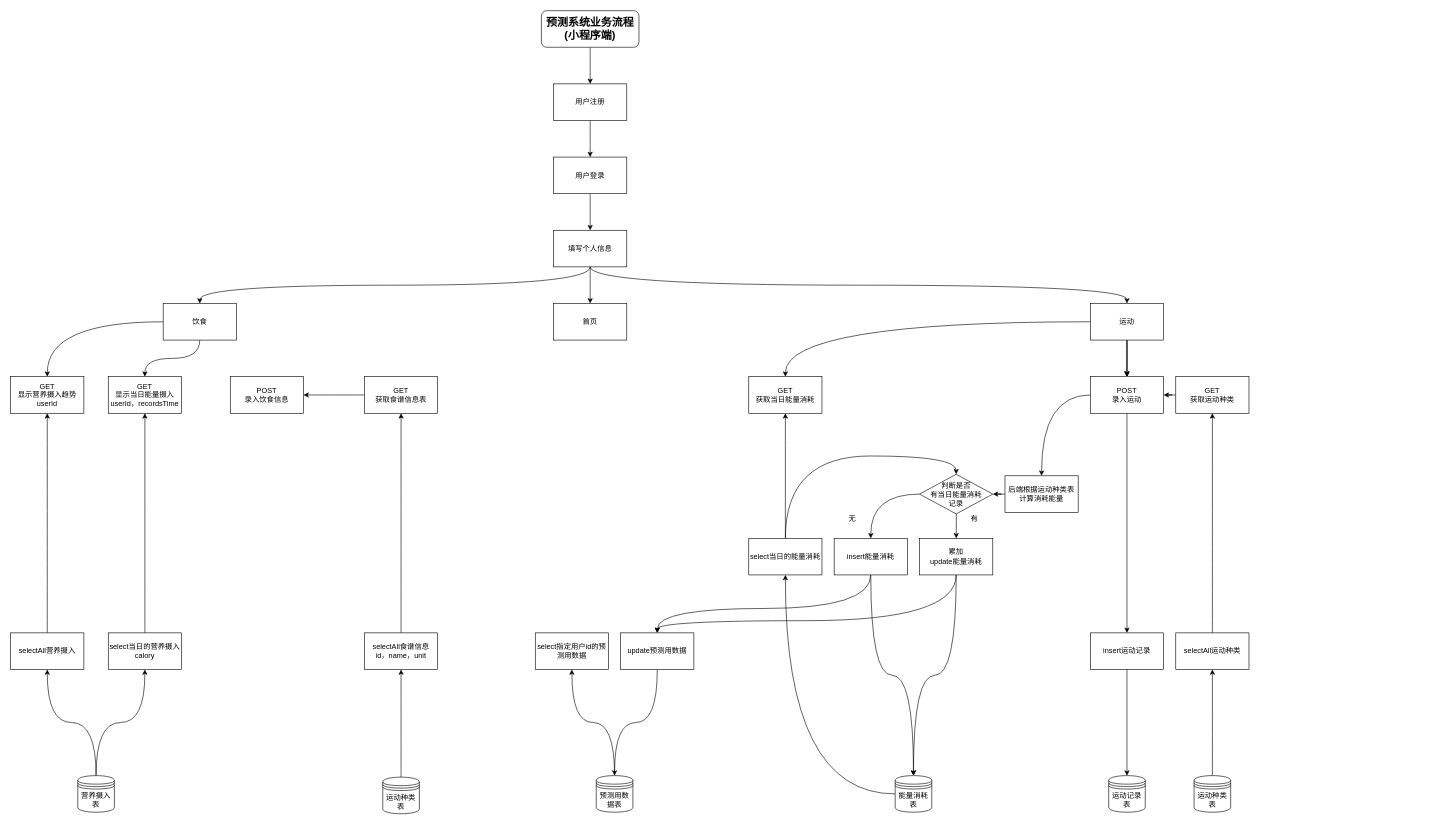
Above: 未命名绘图.drawio in 18501426092/18501426092 (draw.io), before the change. Source tidied: cells renumbered, new cells numbered last; positions are measured from the earlier drawing's top-left corner, leaving out a move shared by most shapes. Both pictures are drawn from the tidied source at 61%, with x=0, y=0 at pixel (10, 10).
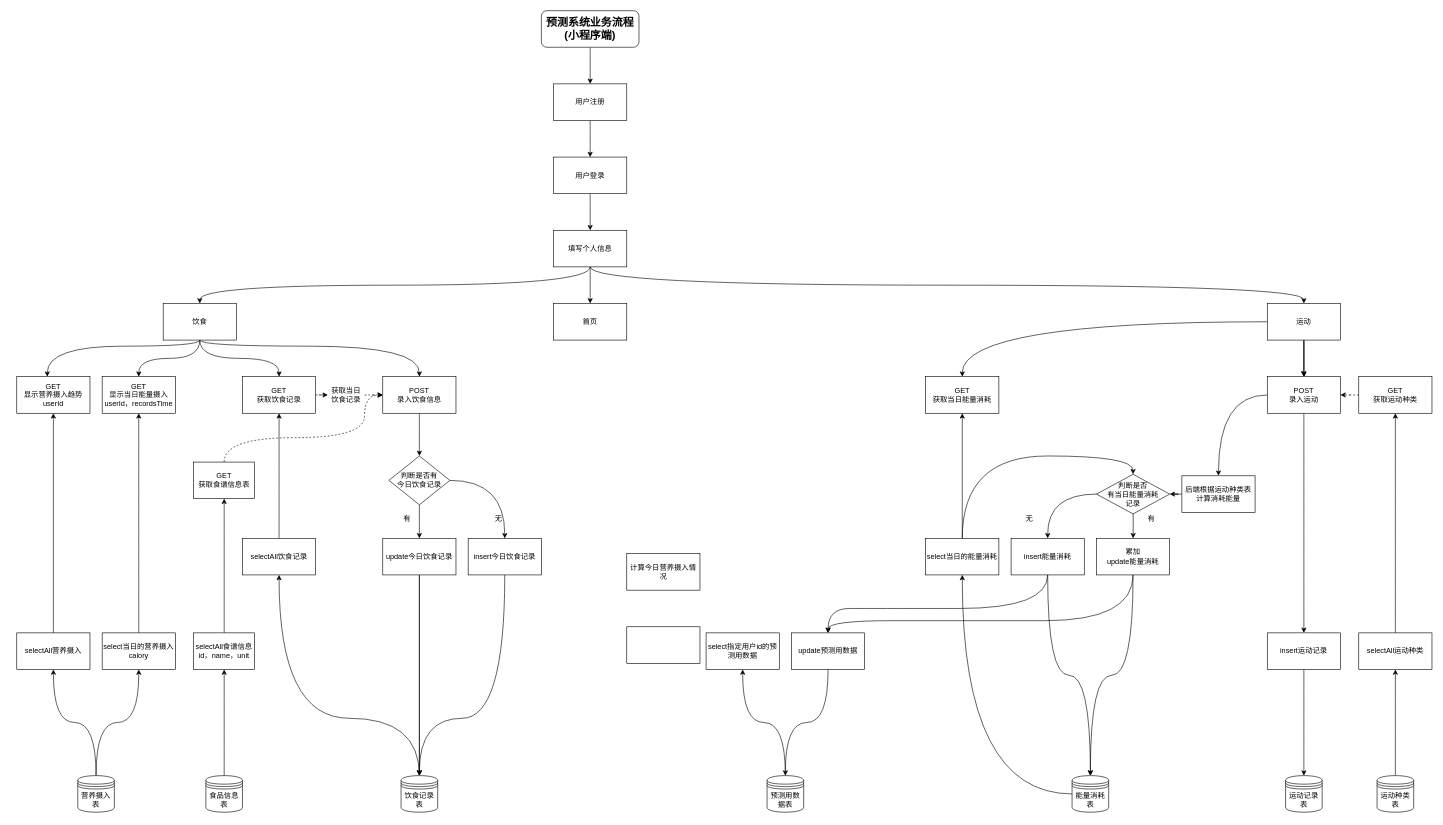
The same page after the edit.

Commit message (it also covers changes not shown here):
更新未命名绘图.drawio

The change refers to these unchanged cells:
```xml
<mxCell id="13" value="饮食" style="rounded=0;whiteSpace=wrap;html=1;" parent="1" vertex="1">
  <mxGeometry x="250" y="480" width="120" height="60" as="geometry" />
</mxCell>
```

Diff of the diagram source:
```diff
@@
     <mxCell id="11" style="edgeStyle=orthogonalEdgeStyle;rounded=0;jettySize=auto;html=1;curved=1;" parent="1" edge="1" source="13" target="21">
-      <mxGeometry relative="1" as="geometry" />
+      <mxGeometry relative="1" as="geometry">
+        <Array as="points">
+          <mxPoint x="310" y="550" />
+          <mxPoint x="60" y="550" />
+        </Array>
+      </mxGeometry>
     </mxCell>
@@
+    <mxCell id="73" style="edgeStyle=orthogonalEdgeStyle;rounded=0;jettySize=auto;html=1;entryX=0.5;entryY=0;entryDx=0;entryDy=0;curved=1;" parent="1" edge="1" source="13" target="67">
+      <mxGeometry relative="1" as="geometry">
+        <Array as="points">
+          <mxPoint x="310" y="550" />
+          <mxPoint x="670" y="550" />
+        </Array>
+      </mxGeometry>
+    </mxCell>
+    <mxCell id="74" style="edgeStyle=orthogonalEdgeStyle;rounded=0;jettySize=auto;html=1;entryX=0.5;entryY=0;entryDx=0;entryDy=0;curved=1;" parent="1" edge="1" source="13" target="91">
+      <mxGeometry relative="1" as="geometry">
+        <Array as="points">
+          <mxPoint x="310" y="570" />
+          <mxPoint x="440" y="570" />
+        </Array>
+      </mxGeometry>
+    </mxCell>
@@
     <mxCell id="20" value="运动" style="rounded=0;whiteSpace=wrap;html=1;" parent="1" vertex="1">
-      <mxGeometry x="1770" y="480" width="120" height="60" as="geometry" />
+      <mxGeometry x="2060" y="480" width="120" height="60" as="geometry" />
     </mxCell>
     <mxCell id="21" value="GET&lt;br&gt;显示营养摄入趋势&lt;br&gt;userId" style="rounded=0;whiteSpace=wrap;html=1;" parent="1" vertex="1">
-      <mxGeometry y="600" width="120" height="60" as="geometry" />
+      <mxGeometry x="10" y="600" width="120" height="60" as="geometry" />
     </mxCell>
@@
     <mxCell id="23" value="selectAll营养摄入" style="rounded=0;whiteSpace=wrap;html=1;" parent="1" vertex="1">
-      <mxGeometry y="1020" width="120" height="60" as="geometry" />
+      <mxGeometry x="10" y="1020" width="120" height="60" as="geometry" />
     </mxCell>
     <mxCell id="24" value="GET&lt;br&gt;显示当日能量摄入&lt;br&gt;userId，recordsTime" style="rounded=0;whiteSpace=wrap;html=1;" parent="1" vertex="1">
-      <mxGeometry x="160" y="600" width="120" height="60" as="geometry" />
+      <mxGeometry x="150" y="600" width="120" height="60" as="geometry" />
     </mxCell>
@@
     <mxCell id="26" value="select当日的营养摄入&lt;br&gt;calory" style="rounded=0;whiteSpace=wrap;html=1;" parent="1" vertex="1">
-      <mxGeometry x="160" y="1020" width="120" height="60" as="geometry" />
+      <mxGeometry x="150" y="1020" width="120" height="60" as="geometry" />
     </mxCell>
@@
     <mxCell id="32" value="POST&lt;br&gt;录入运动" style="rounded=0;whiteSpace=wrap;html=1;" parent="1" vertex="1">
-      <mxGeometry x="1770" y="600" width="120" height="60" as="geometry" />
+      <mxGeometry x="2060" y="600" width="120" height="60" as="geometry" />
     </mxCell>
-    <mxCell id="33" style="edgeStyle=orthogonalEdgeStyle;rounded=0;jettySize=auto;html=1;entryX=1;entryY=0.5;entryDx=0;entryDy=0;curved=1;" parent="1" edge="1" source="34" target="32">
+    <mxCell id="33" style="edgeStyle=orthogonalEdgeStyle;rounded=0;jettySize=auto;html=1;entryX=1;entryY=0.5;entryDx=0;entryDy=0;curved=1;dashed=1;" parent="1" edge="1" source="34" target="32">
       <mxGeometry relative="1" as="geometry" />
     </mxCell>
     <mxCell id="34" value="GET&lt;br&gt;获取运动种类" style="rounded=0;whiteSpace=wrap;html=1;" parent="1" vertex="1">
-      <mxGeometry x="1910" y="600" width="120" height="60" as="geometry" />
+      <mxGeometry x="2210" y="600" width="120" height="60" as="geometry" />
     </mxCell>
@@
     <mxCell id="36" value="selectAll运动种类" style="rounded=0;whiteSpace=wrap;html=1;" parent="1" vertex="1">
-      <mxGeometry x="1910" y="1020" width="120" height="60" as="geometry" />
+      <mxGeometry x="2210" y="1020" width="120" height="60" as="geometry" />
     </mxCell>
@@
     <mxCell id="38" value="运动种类表" style="shape=datastore;whiteSpace=wrap;html=1;" parent="1" vertex="1">
-      <mxGeometry x="1940" y="1254" width="60" height="60" as="geometry" />
+      <mxGeometry x="2240" y="1254" width="60" height="60" as="geometry" />
     </mxCell>
     <mxCell id="39" value="insert运动记录" style="rounded=0;whiteSpace=wrap;html=1;" parent="1" vertex="1">
-      <mxGeometry x="1770" y="1020" width="120" height="60" as="geometry" />
+      <mxGeometry x="2060" y="1020" width="120" height="60" as="geometry" />
     </mxCell>
@@
     <mxCell id="41" value="运动记录表" style="shape=datastore;whiteSpace=wrap;html=1;" parent="1" vertex="1">
-      <mxGeometry x="1800" y="1254" width="60" height="60" as="geometry" />
+      <mxGeometry x="2090" y="1254" width="60" height="60" as="geometry" />
     </mxCell>
@@
     <mxCell id="43" value="后端根据运动种类表计算消耗能量" style="rounded=0;whiteSpace=wrap;html=1;" parent="1" vertex="1">
-      <mxGeometry x="1630" y="762.5" width="120" height="60" as="geometry" />
+      <mxGeometry x="1920" y="762.5" width="120" height="60" as="geometry" />
     </mxCell>
     <mxCell id="44" style="edgeStyle=orthogonalEdgeStyle;rounded=0;jettySize=auto;html=1;curved=1;" parent="1" edge="1" target="54">
       <mxGeometry relative="1" as="geometry">
-        <mxPoint x="1550" y="810" as="sourcePoint" />
+        <mxPoint x="1840" y="810" as="sourcePoint" />
       </mxGeometry>
     </mxCell>
@@
     <mxCell id="46" value="判断是否&lt;br&gt;有当日能量消耗&lt;br&gt;记录" style="rhombus;whiteSpace=wrap;html=1;" parent="1" vertex="1">
-      <mxGeometry x="1490" y="760" width="120" height="65" as="geometry" />
+      <mxGeometry x="1780" y="760" width="120" height="65" as="geometry" />
     </mxCell>
@@
     <mxCell id="48" style="edgeStyle=orthogonalEdgeStyle;rounded=0;jettySize=auto;html=1;entryX=0.5;entryY=0;entryDx=0;entryDy=0;curved=1;" parent="1" edge="1" source="49" target="46">
       <mxGeometry relative="1" as="geometry">
         <Array as="points">
-          <mxPoint x="1270" y="730" />
-          <mxPoint x="1550" y="730" />
+          <mxPoint x="1560" y="730" />
+          <mxPoint x="1840" y="730" />
         </Array>
       </mxGeometry>
     </mxCell>
     <mxCell id="49" value="select当日的能量消耗" style="rounded=0;whiteSpace=wrap;html=1;" parent="1" vertex="1">
-      <mxGeometry x="1210" y="865" width="120" height="60" as="geometry" />
+      <mxGeometry x="1500" y="865" width="120" height="60" as="geometry" />
     </mxCell>
@@
     <mxCell id="51" value="能量消耗表" style="shape=datastore;whiteSpace=wrap;html=1;" parent="1" vertex="1">
-      <mxGeometry x="1450" y="1254" width="60" height="60" as="geometry" />
+      <mxGeometry x="1740" y="1254" width="60" height="60" as="geometry" />
     </mxCell>
@@
     <mxCell id="54" value="累加&lt;br&gt;update能量消耗" style="whiteSpace=wrap;html=1;" parent="1" vertex="1">
-      <mxGeometry x="1490" y="865" width="120" height="60" as="geometry" />
+      <mxGeometry x="1780" y="865" width="120" height="60" as="geometry" />
     </mxCell>
     <mxCell id="55" value="有" style="text;html=1;strokeColor=none;fillColor=none;align=center;verticalAlign=middle;whiteSpace=wrap;rounded=0;" parent="1" vertex="1">
-      <mxGeometry x="1550" y="817.5" width="60" height="30" as="geometry" />
+      <mxGeometry x="1840" y="817.5" width="60" height="30" as="geometry" />
     </mxCell>
@@
     <mxCell id="58" value="insert能量消耗" style="whiteSpace=wrap;html=1;" parent="1" vertex="1">
-      <mxGeometry x="1350" y="865" width="120" height="60" as="geometry" />
+      <mxGeometry x="1640" y="865" width="120" height="60" as="geometry" />
     </mxCell>
     <mxCell id="59" value="无" style="text;html=1;strokeColor=none;fillColor=none;align=center;verticalAlign=middle;whiteSpace=wrap;rounded=0;" parent="1" vertex="1">
-      <mxGeometry x="1350" y="817.5" width="60" height="30" as="geometry" />
+      <mxGeometry x="1640" y="817.5" width="60" height="30" as="geometry" />
     </mxCell>
     <mxCell id="60" value="GET&lt;br&gt;获取当日能量消耗" style="whiteSpace=wrap;html=1;rounded=0;" parent="1" vertex="1">
-      <mxGeometry x="1210" y="600" width="120" height="60" as="geometry" />
+      <mxGeometry x="1500" y="600" width="120" height="60" as="geometry" />
     </mxCell>
-    <mxCell id="61" style="edgeStyle=orthogonalEdgeStyle;rounded=0;jettySize=auto;html=1;exitX=0;exitY=0.5;exitDx=0;exitDy=0;entryX=1;entryY=0.5;entryDx=0;entryDy=0;curved=1;" parent="1" edge="1" source="62" target="67">
-      <mxGeometry relative="1" as="geometry" />
+    <mxCell id="61" style="edgeStyle=orthogonalEdgeStyle;rounded=0;jettySize=auto;html=1;entryX=0;entryY=0.5;entryDx=0;entryDy=0;curved=1;dashed=1;" parent="1" edge="1" source="62" target="67">
+      <mxGeometry relative="1" as="geometry">
+        <Array as="points">
+          <mxPoint x="350" y="700" />
+          <mxPoint x="580" y="700" />
+          <mxPoint x="580" y="630" />
+        </Array>
+      </mxGeometry>
     </mxCell>
     <mxCell id="62" value="GET&lt;br&gt;获取食谱信息表" style="rounded=0;whiteSpace=wrap;html=1;" parent="1" vertex="1">
-      <mxGeometry x="580" y="600" width="120" height="60" as="geometry" />
+      <mxGeometry x="300" y="740" width="100" height="60" as="geometry" />
     </mxCell>
@@
     <mxCell id="64" value="selectAll食谱信息&lt;br&gt;id，name，unit" style="rounded=0;whiteSpace=wrap;html=1;" parent="1" vertex="1">
-      <mxGeometry x="580" y="1020" width="120" height="60" as="geometry" />
+      <mxGeometry x="300" y="1020" width="100" height="60" as="geometry" />
     </mxCell>
@@
-    <mxCell id="66" value="运动种类表" style="shape=datastore;whiteSpace=wrap;html=1;" parent="1" vertex="1">
-      <mxGeometry x="610" y="1256.5" width="60" height="60" as="geometry" />
+    <mxCell id="66" value="食品信息表" style="shape=datastore;whiteSpace=wrap;html=1;" parent="1" vertex="1">
+      <mxGeometry x="320" y="1254" width="60" height="60" as="geometry" />
     </mxCell>
+    <mxCell id="75" style="edgeStyle=orthogonalEdgeStyle;rounded=0;jettySize=auto;html=1;curved=1;" parent="1" edge="1" source="67" target="87">
+      <mxGeometry relative="1" as="geometry" />
+    </mxCell>
     <mxCell id="67" value="POST&lt;br&gt;录入饮食信息" style="rounded=0;whiteSpace=wrap;html=1;" parent="1" vertex="1">
-      <mxGeometry x="360" y="600" width="120" height="60" as="geometry" />
+      <mxGeometry x="610" y="600" width="120" height="60" as="geometry" />
     </mxCell>
@@
     <mxCell id="69" value="预测用数据表" style="shape=datastore;whiteSpace=wrap;html=1;" parent="1" vertex="1">
-      <mxGeometry x="960" y="1254" width="60" height="60" as="geometry" />
+      <mxGeometry x="1240" y="1254" width="60" height="60" as="geometry" />
     </mxCell>
@@
     <mxCell id="71" value="update预测用数据" style="rounded=0;whiteSpace=wrap;html=1;" parent="1" vertex="1">
-      <mxGeometry x="1000" y="1020" width="120" height="60" as="geometry" />
+      <mxGeometry x="1280" y="1020" width="120" height="60" as="geometry" />
     </mxCell>
     <mxCell id="72" value="select指定用户id的预测用数据" style="rounded=0;whiteSpace=wrap;html=1;" parent="1" vertex="1">
-      <mxGeometry x="860" y="1020" width="120" height="60" as="geometry" />
+      <mxGeometry x="1140" y="1020" width="120" height="60" as="geometry" />
     </mxCell>
+    <mxCell id="76" style="edgeStyle=orthogonalEdgeStyle;rounded=0;jettySize=auto;html=1;entryX=0.5;entryY=1;entryDx=0;entryDy=0;curved=1;" parent="1" edge="1" source="77" target="79">
+      <mxGeometry relative="1" as="geometry">
+        <Array as="points">
+          <mxPoint x="670" y="1160" />
+          <mxPoint x="440" y="1160" />
+        </Array>
+      </mxGeometry>
+    </mxCell>
+    <mxCell id="77" value="饮食记录表" style="shape=datastore;whiteSpace=wrap;html=1;" parent="1" vertex="1">
+      <mxGeometry x="640" y="1254" width="60" height="60" as="geometry" />
+    </mxCell>
+    <mxCell id="78" style="edgeStyle=orthogonalEdgeStyle;rounded=0;jettySize=auto;html=1;entryX=0.5;entryY=1;entryDx=0;entryDy=0;curved=1;" parent="1" edge="1" source="79" target="91">
+      <mxGeometry relative="1" as="geometry" />
+    </mxCell>
+    <mxCell id="79" value="selectAll饮食记录" style="rounded=0;whiteSpace=wrap;html=1;" parent="1" vertex="1">
+      <mxGeometry x="380" y="865" width="120" height="60" as="geometry" />
+    </mxCell>
+    <mxCell id="80" style="edgeStyle=orthogonalEdgeStyle;rounded=0;jettySize=auto;html=1;entryX=0.5;entryY=0;entryDx=0;entryDy=0;curved=1;" parent="1" edge="1" source="84" target="77">
+      <mxGeometry relative="1" as="geometry" />
+    </mxCell>
+    <mxCell id="81" style="edgeStyle=orthogonalEdgeStyle;rounded=0;jettySize=auto;html=1;entryX=0.5;entryY=0;entryDx=0;entryDy=0;curved=1;" parent="1" edge="1" source="82" target="77">
+      <mxGeometry relative="1" as="geometry">
+        <Array as="points">
+          <mxPoint x="810" y="1160" />
+          <mxPoint x="670" y="1160" />
+        </Array>
+      </mxGeometry>
+    </mxCell>
+    <mxCell id="82" value="insert今日饮食记录" style="rounded=0;whiteSpace=wrap;html=1;" parent="1" vertex="1">
+      <mxGeometry x="750" y="865" width="120" height="60" as="geometry" />
+    </mxCell>
+    <mxCell id="83" style="edgeStyle=orthogonalEdgeStyle;rounded=0;jettySize=auto;html=1;curved=1;entryX=0.5;entryY=0;entryDx=0;entryDy=0;" parent="1" edge="1" source="84" target="77">
+      <mxGeometry relative="1" as="geometry" />
+    </mxCell>
+    <mxCell id="84" value="update今日饮食记录" style="rounded=0;whiteSpace=wrap;html=1;" parent="1" vertex="1">
+      <mxGeometry x="610" y="865" width="120" height="60" as="geometry" />
+    </mxCell>
+    <mxCell id="85" style="edgeStyle=orthogonalEdgeStyle;rounded=0;jettySize=auto;html=1;entryX=0.5;entryY=0;entryDx=0;entryDy=0;curved=1;" parent="1" edge="1" source="87" target="84">
+      <mxGeometry relative="1" as="geometry" />
+    </mxCell>
+    <mxCell id="86" style="edgeStyle=orthogonalEdgeStyle;rounded=0;jettySize=auto;html=1;entryX=0.5;entryY=0;entryDx=0;entryDy=0;curved=1;" parent="1" edge="1" source="87" target="82">
+      <mxGeometry relative="1" as="geometry" />
+    </mxCell>
+    <mxCell id="87" value="判断是否有&lt;br&gt;今日饮食记录" style="rhombus;whiteSpace=wrap;html=1;rounded=0;" parent="1" vertex="1">
+      <mxGeometry x="620" y="730" width="100" height="80" as="geometry" />
+    </mxCell>
+    <mxCell id="88" value="有" style="text;html=1;strokeColor=none;fillColor=none;align=center;verticalAlign=middle;whiteSpace=wrap;rounded=0;" parent="1" vertex="1">
+      <mxGeometry x="620" y="817.5" width="60" height="30" as="geometry" />
+    </mxCell>
+    <mxCell id="89" value="无" style="text;html=1;strokeColor=none;fillColor=none;align=center;verticalAlign=middle;whiteSpace=wrap;rounded=0;" parent="1" vertex="1">
+      <mxGeometry x="770" y="817.5" width="60" height="30" as="geometry" />
+    </mxCell>
+    <mxCell id="90" style="edgeStyle=orthogonalEdgeStyle;rounded=0;jettySize=auto;html=1;entryX=0;entryY=0.5;entryDx=0;entryDy=0;curved=1;dashed=1;" parent="1" edge="1" source="93" target="67">
+      <mxGeometry relative="1" as="geometry" />
+    </mxCell>
+    <mxCell id="91" value="GET&lt;br&gt;获取饮食记录" style="rounded=0;whiteSpace=wrap;html=1;" parent="1" vertex="1">
+      <mxGeometry x="380" y="600" width="120" height="60" as="geometry" />
+    </mxCell>
+    <mxCell id="92" style="edgeStyle=orthogonalEdgeStyle;rounded=0;jettySize=auto;html=1;entryX=0;entryY=0.5;entryDx=0;entryDy=0;curved=1;dashed=1;" parent="1" edge="1" source="91" target="93">
+      <mxGeometry relative="1" as="geometry" />
+    </mxCell>
+    <mxCell id="93" value="获取当日饮食记录" style="text;html=1;strokeColor=none;fillColor=none;align=center;verticalAlign=middle;whiteSpace=wrap;rounded=0;" parent="1" vertex="1">
+      <mxGeometry x="520" y="615" width="60" height="30" as="geometry" />
+    </mxCell>
+    <mxCell id="94" value="计算今日营养摄入情况" style="rounded=0;whiteSpace=wrap;html=1;" parent="1" vertex="1">
+      <mxGeometry x="1010" y="890" width="120" height="60" as="geometry" />
+    </mxCell>
+    <mxCell id="95" style="rounded=0;whiteSpace=wrap;html=1;" parent="1" vertex="1">
+      <mxGeometry x="1010" y="1010" width="120" height="60" as="geometry" />
+    </mxCell>
```
